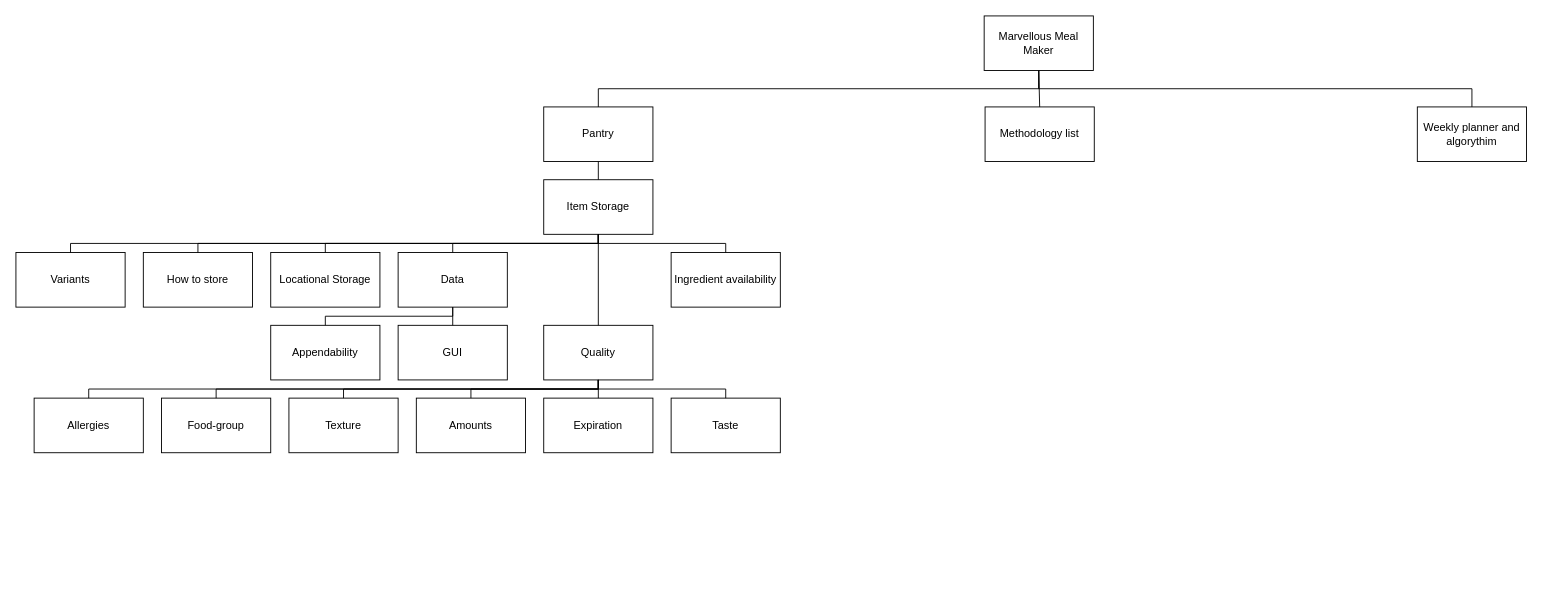
This is Marvellous Meal Maker.drawio from JessHorserage/Marvellous-Meal-Maker, a draw.io file, before an edit. Source tidied: cells renumbered, new cells numbered last; positions are measured from the earlier drawing's top-left corner, leaving out a move shared by most shapes. Both pictures are drawn from the tidied source at 91%, with x=0, y=0 at pixel (15, 15).
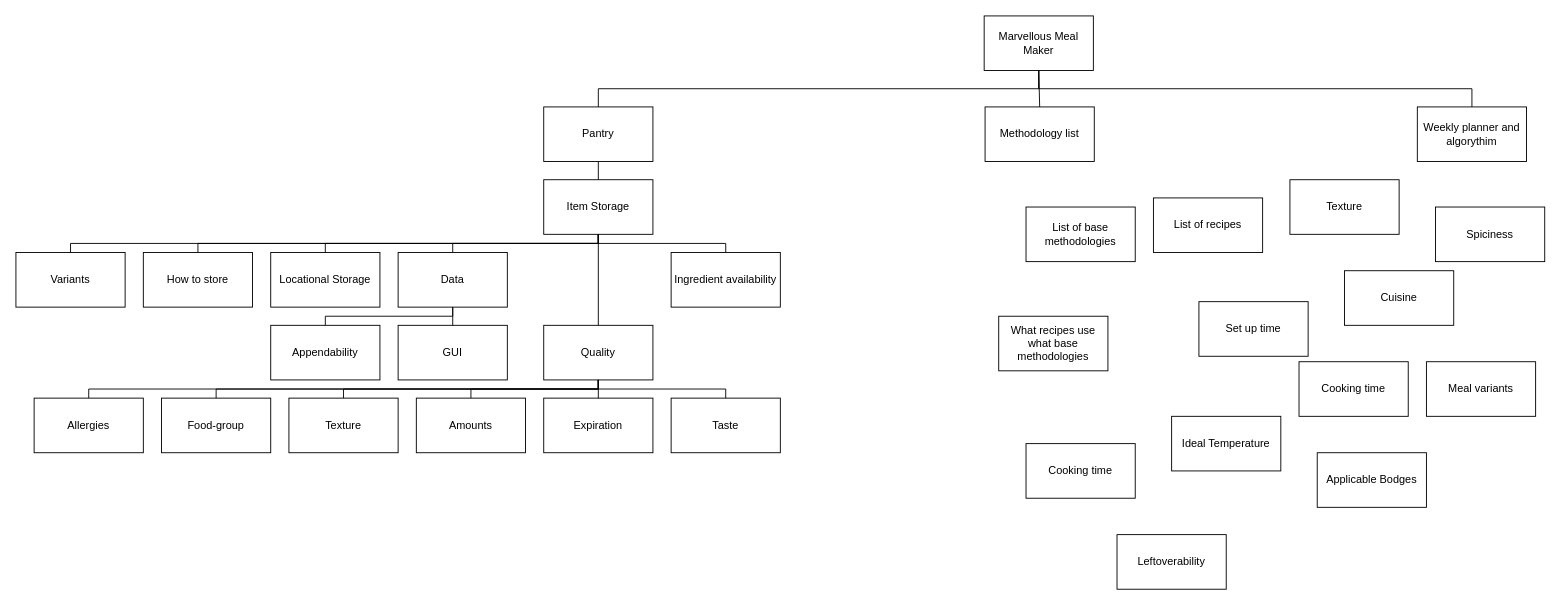
The same page after the edit.

Change to the diagram source:
```diff
@@
+    <mxCell id="39" value="What recipes use what base methodologies" style="rounded=0;whiteSpace=wrap;html=1;" parent="1" vertex="1">
+      <mxGeometry x="1080" y="330" width="120" height="60" as="geometry" />
+    </mxCell>
+    <mxCell id="40" value="Meal variants" style="rounded=0;whiteSpace=wrap;html=1;" parent="1" vertex="1">
+      <mxGeometry x="1550" y="380" width="120" height="60" as="geometry" />
+    </mxCell>
+    <mxCell id="41" value="List of recipes" style="rounded=0;whiteSpace=wrap;html=1;" parent="1" vertex="1">
+      <mxGeometry x="1250" y="200" width="120" height="60" as="geometry" />
+    </mxCell>
+    <mxCell id="42" value="Cooking time" style="rounded=0;whiteSpace=wrap;html=1;" parent="1" vertex="1">
+      <mxGeometry x="1110" y="470" width="120" height="60" as="geometry" />
+    </mxCell>
+    <mxCell id="43" value="Ideal Temperature" style="rounded=0;whiteSpace=wrap;html=1;" parent="1" vertex="1">
+      <mxGeometry x="1270" y="440" width="120" height="60" as="geometry" />
+    </mxCell>
+    <mxCell id="44" value="Texture" style="rounded=0;whiteSpace=wrap;html=1;" parent="1" vertex="1">
+      <mxGeometry x="1400" y="180" width="120" height="60" as="geometry" />
+    </mxCell>
+    <mxCell id="45" value="Set up time" style="rounded=0;whiteSpace=wrap;html=1;" parent="1" vertex="1">
+      <mxGeometry x="1300" y="314" width="120" height="60" as="geometry" />
+    </mxCell>
+    <mxCell id="46" value="Spiciness" style="rounded=0;whiteSpace=wrap;html=1;" parent="1" vertex="1">
+      <mxGeometry x="1560" y="210" width="120" height="60" as="geometry" />
+    </mxCell>
+    <mxCell id="47" value="Cuisine" style="rounded=0;whiteSpace=wrap;html=1;" parent="1" vertex="1">
+      <mxGeometry x="1460" y="280" width="120" height="60" as="geometry" />
+    </mxCell>
+    <mxCell id="48" value="Applicable Bodges" style="rounded=0;whiteSpace=wrap;html=1;" parent="1" vertex="1">
+      <mxGeometry x="1430" y="480" width="120" height="60" as="geometry" />
+    </mxCell>
+    <mxCell id="49" value="List of base methodologies" style="rounded=0;whiteSpace=wrap;html=1;" parent="1" vertex="1">
+      <mxGeometry x="1110" y="210" width="120" height="60" as="geometry" />
+    </mxCell>
+    <mxCell id="50" value="Leftoverability" style="rounded=0;whiteSpace=wrap;html=1;" parent="1" vertex="1">
+      <mxGeometry x="1210" y="570" width="120" height="60" as="geometry" />
+    </mxCell>
+    <mxCell id="51" value="Cooking time" style="rounded=0;whiteSpace=wrap;html=1;" parent="1" vertex="1">
+      <mxGeometry x="1410" y="380" width="120" height="60" as="geometry" />
+    </mxCell>
```
